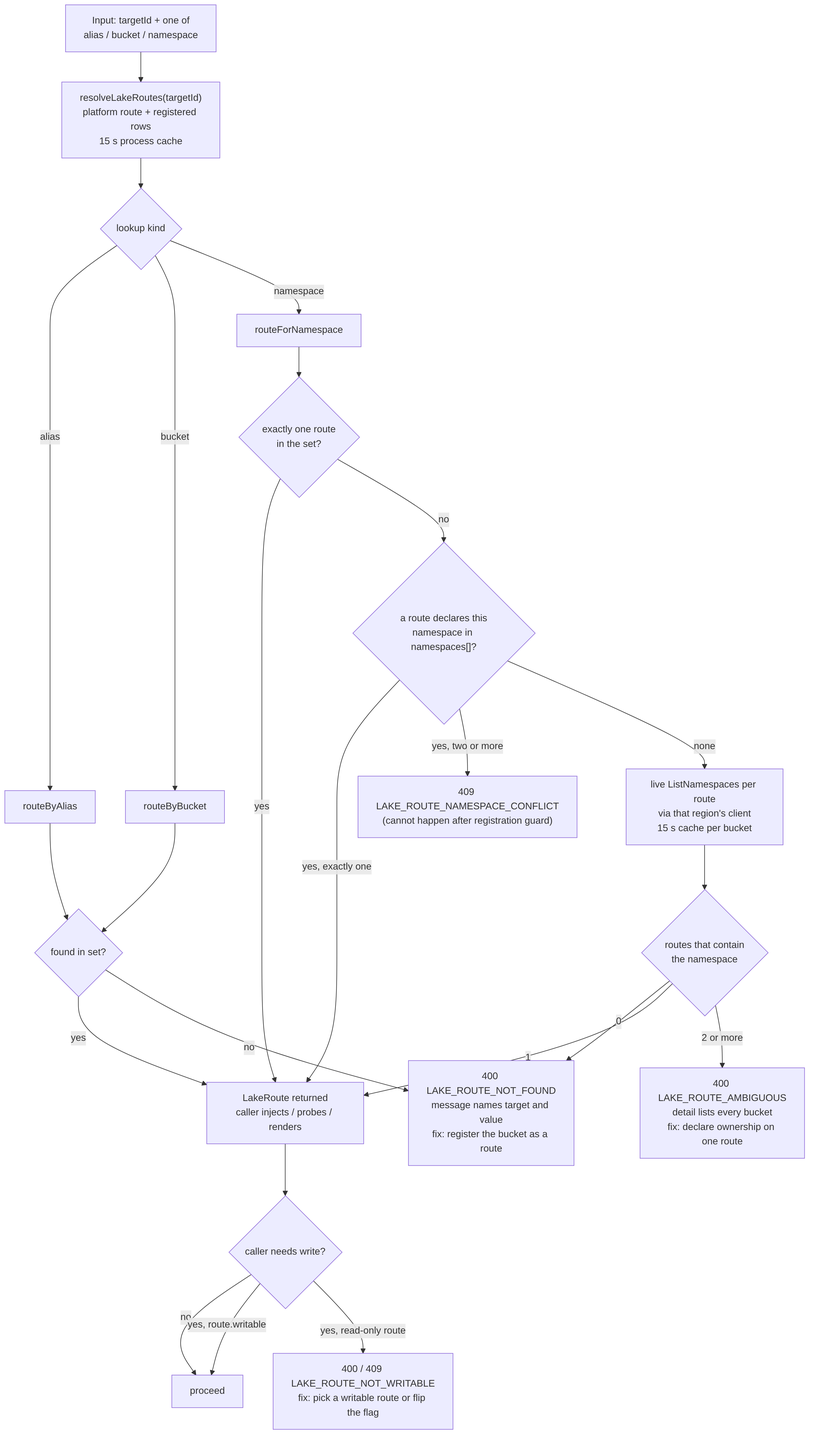
The Mermaid diagram docs/diagrams/lake-route-resolution.png in aws-samples/sample-kingfisher, before a commit. Its source is kept beside it as docs/diagrams/src/lake-route-resolution.mmd. Source of this version:
```mermaid
flowchart TD
  IN["Input: targetId + one of<br/>alias / bucket / namespace"] --> LOAD["resolveLakeRoutes(targetId)<br/>platform route + registered rows<br/>15 s process cache"]
  LOAD --> KIND{"lookup kind"}
  KIND -->|"alias"| BA["routeByAlias"]
  KIND -->|"bucket"| BB["routeByBucket"]
  KIND -->|"namespace"| BN["routeForNamespace"]
  BA --> HIT1{"found in set?"}
  BB --> HIT1
  HIT1 -->|"yes"| OK["LakeRoute returned<br/>caller injects / probes / renders"]
  HIT1 -->|"no"| NF["400 LAKE_ROUTE_NOT_FOUND<br/>message names target and value<br/>fix: register the bucket as a route"]
  BN --> ONE{"exactly one route<br/>in the set?"}
  ONE -->|"yes"| OK
  ONE -->|"no"| EXP{"a route declares this<br/>namespace in namespaces[]?"}
  EXP -->|"yes, exactly one"| OK
  EXP -->|"yes, two or more"| NSC["409 LAKE_ROUTE_NAMESPACE_CONFLICT<br/>(cannot happen after registration guard)"]
  EXP -->|"none"| LIVE["live ListNamespaces per route<br/>via that region's client<br/>15 s cache per bucket"]
  LIVE --> CNT{"routes that contain<br/>the namespace"}
  CNT -->|"0"| NF
  CNT -->|"1"| OK
  CNT -->|"2 or more"| AMB["400 LAKE_ROUTE_AMBIGUOUS<br/>detail lists every bucket<br/>fix: declare ownership on one route"]
  OK --> WR{"caller needs write?"}
  WR -->|"no"| DONE["proceed"]
  WR -->|"yes, route.writable"| DONE
  WR -->|"yes, read-only route"| NW["400 / 409 LAKE_ROUTE_NOT_WRITABLE<br/>fix: pick a writable route or flip the flag"]
```
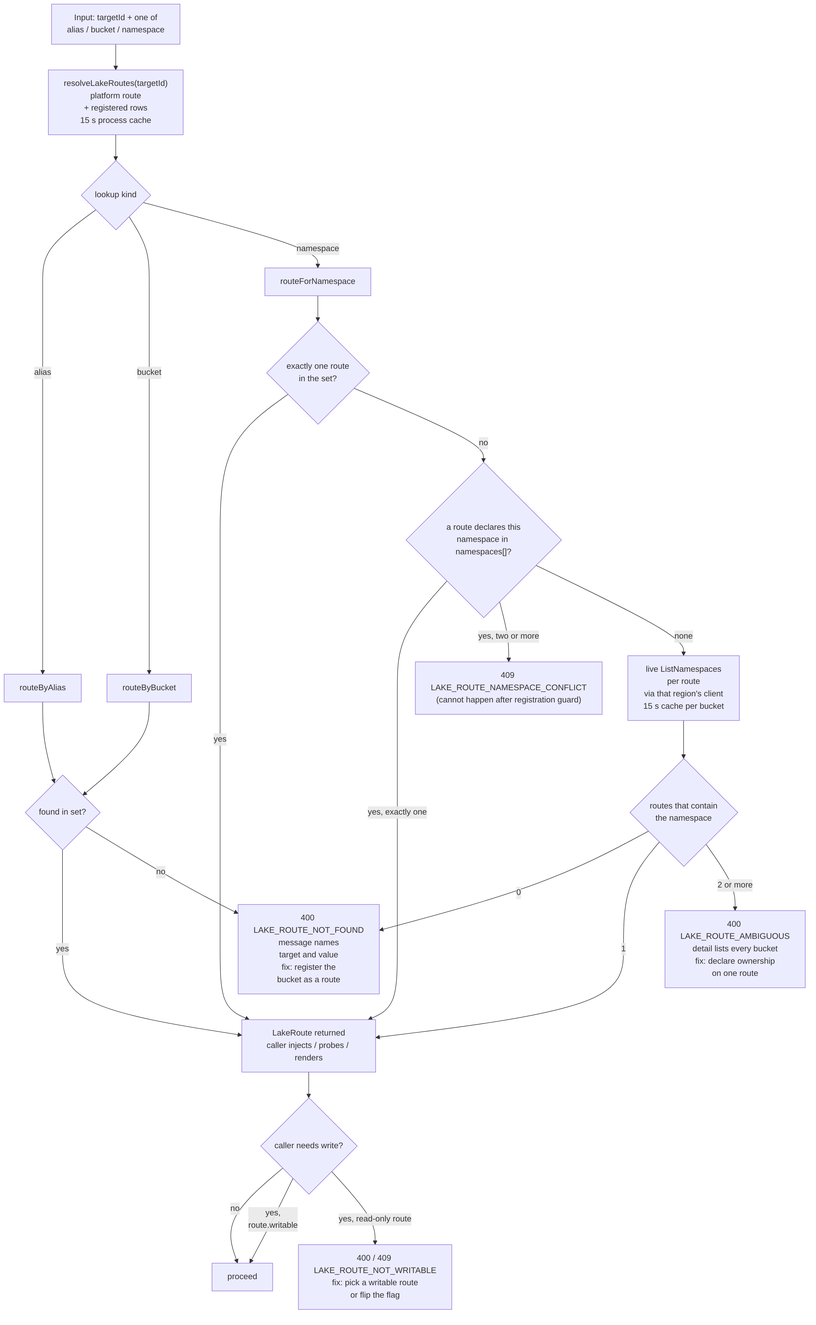
After the change.

The edit, as a diff of the source:
```diff
@@ -1,5 +1,5 @@
 flowchart TD
-  IN["Input: targetId + one of<br/>alias / bucket / namespace"] --> LOAD["resolveLakeRoutes(targetId)<br/>platform route + registered rows<br/>15 s process cache"]
+  IN["Input: targetId + one of<br/>alias / bucket / namespace"] --> LOAD["resolveLakeRoutes(targetId)<br/>platform route<br/>+ registered rows<br/>15 s process cache"]
   LOAD --> KIND{"lookup kind"}
   KIND -->|"alias"| BA["routeByAlias"]
   KIND -->|"bucket"| BB["routeByBucket"]
@@ -7,18 +7,18 @@
   BA --> HIT1{"found in set?"}
   BB --> HIT1
   HIT1 -->|"yes"| OK["LakeRoute returned<br/>caller injects / probes / renders"]
-  HIT1 -->|"no"| NF["400 LAKE_ROUTE_NOT_FOUND<br/>message names target and value<br/>fix: register the bucket as a route"]
+  HIT1 -->|"no"| NF["400 LAKE_ROUTE_NOT_FOUND<br/>message names<br/>target and value<br/>fix: register the<br/>bucket as a route"]
   BN --> ONE{"exactly one route<br/>in the set?"}
   ONE -->|"yes"| OK
   ONE -->|"no"| EXP{"a route declares this<br/>namespace in namespaces[]?"}
   EXP -->|"yes, exactly one"| OK
   EXP -->|"yes, two or more"| NSC["409 LAKE_ROUTE_NAMESPACE_CONFLICT<br/>(cannot happen after registration guard)"]
-  EXP -->|"none"| LIVE["live ListNamespaces per route<br/>via that region's client<br/>15 s cache per bucket"]
+  EXP -->|"none"| LIVE["live ListNamespaces<br/>per route<br/>via that region's client<br/>15 s cache per bucket"]
   LIVE --> CNT{"routes that contain<br/>the namespace"}
   CNT -->|"0"| NF
-  CNT -->|"1"| OK
-  CNT -->|"2 or more"| AMB["400 LAKE_ROUTE_AMBIGUOUS<br/>detail lists every bucket<br/>fix: declare ownership on one route"]
+  CNT --->|"1"| OK
+  CNT -->|"2 or more"| AMB["400 LAKE_ROUTE_AMBIGUOUS<br/>detail lists every bucket<br/>fix: declare ownership<br/>on one route"]
   OK --> WR{"caller needs write?"}
   WR -->|"no"| DONE["proceed"]
-  WR -->|"yes, route.writable"| DONE
-  WR -->|"yes, read-only route"| NW["400 / 409 LAKE_ROUTE_NOT_WRITABLE<br/>fix: pick a writable route or flip the flag"]
+  WR -->|"yes,<br/>route.writable"| DONE
+  WR -->|"yes, read-only route"| NW["400 / 409 LAKE_ROUTE_NOT_WRITABLE<br/>fix: pick a writable route<br/>or flip the flag"]
```
